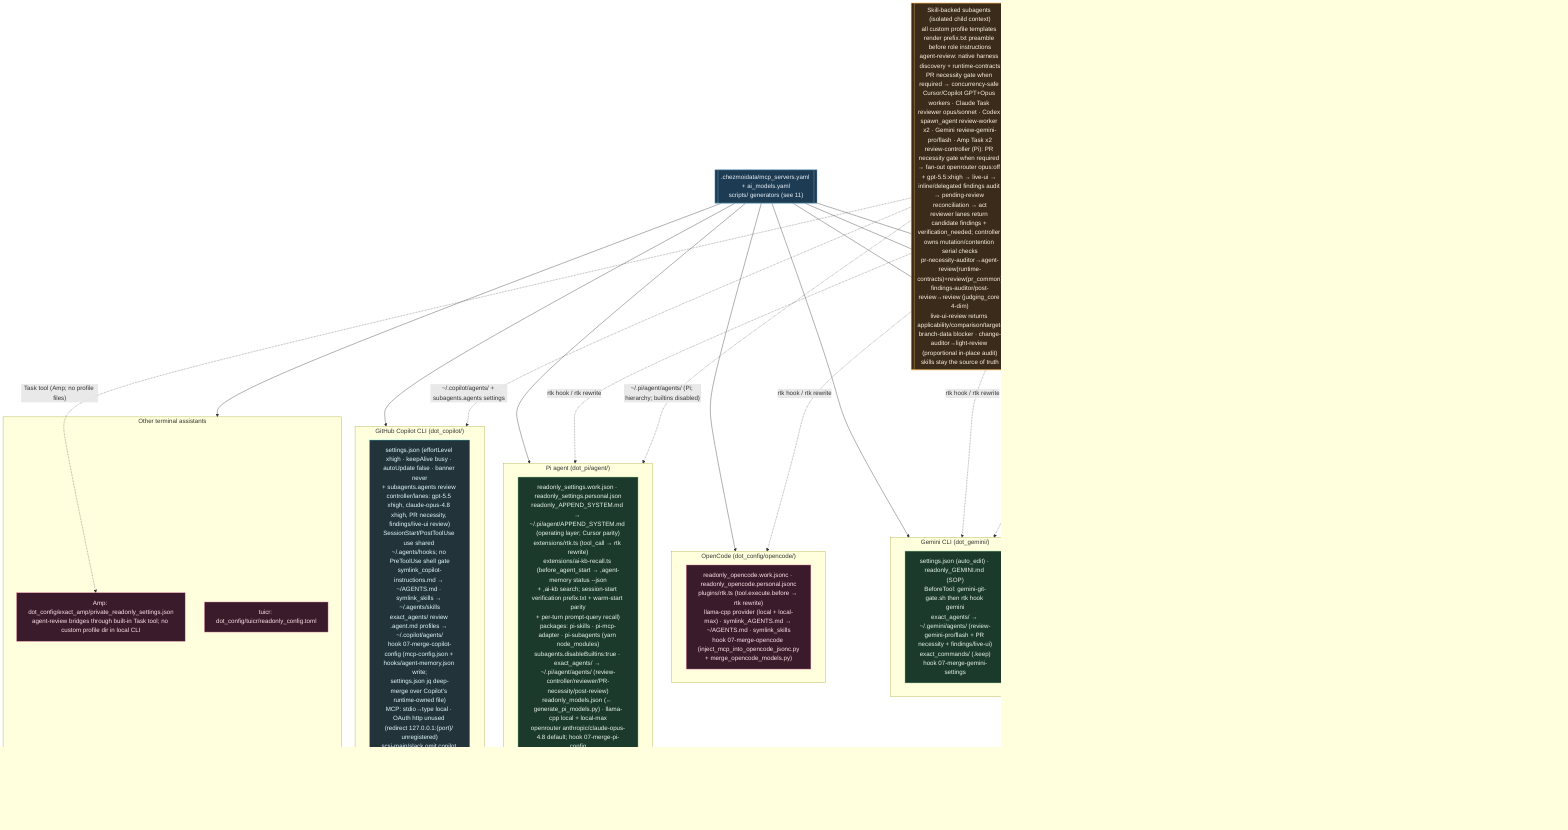
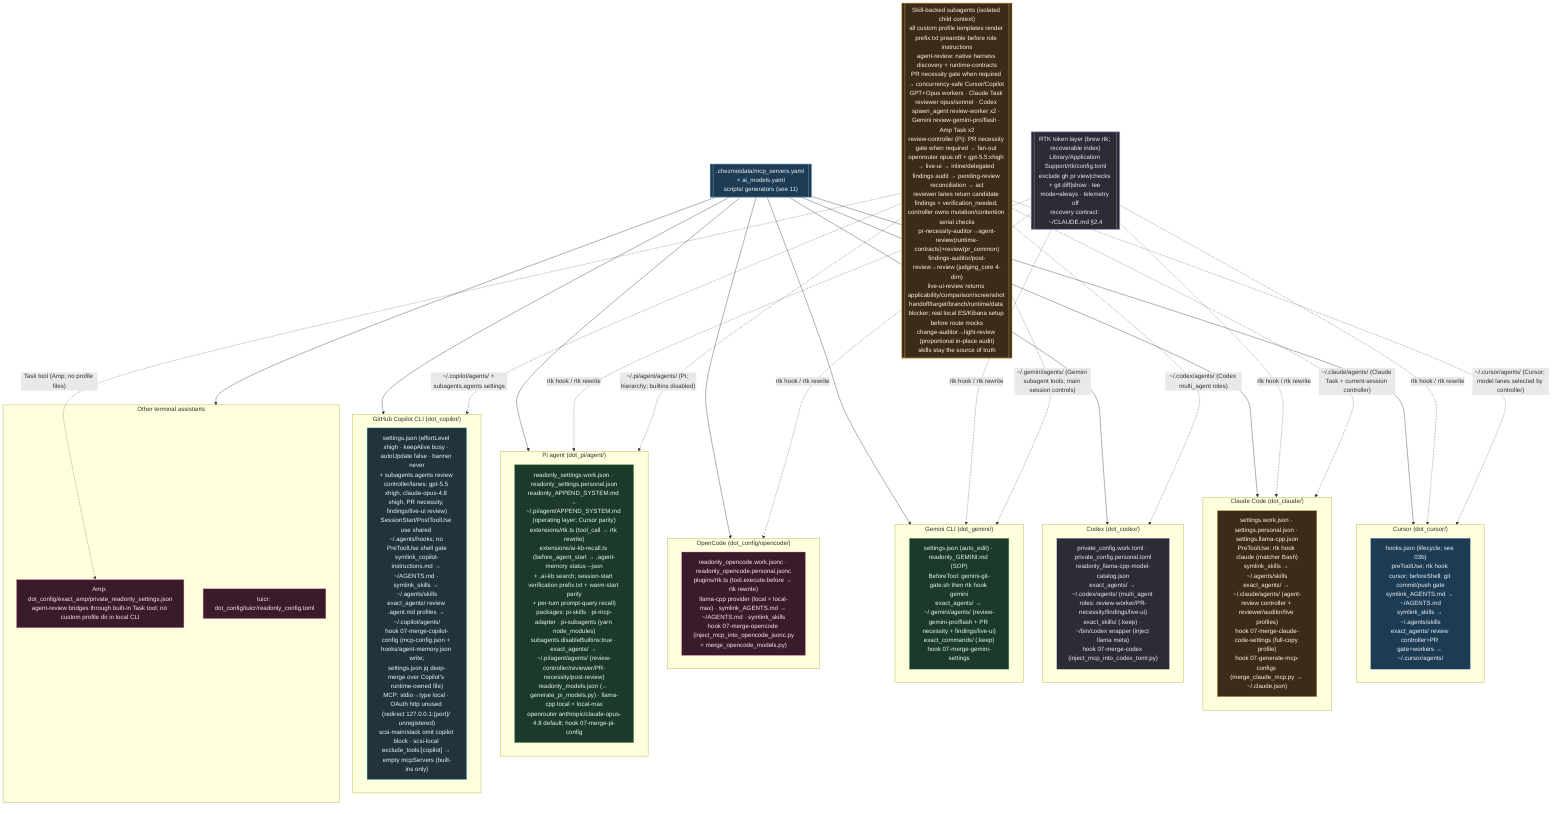
%% ============================================================================
%% 12-ai-tool-configs.mmd — Every per-tool AI config file in home/.
%% Pattern: source carries .work + .personal variants; a 07-merge-* hook picks
%% by isWork and merges generated MCP/model blocks into the live config.
%% ============================================================================
flowchart TB
    classDef cursor fill:#1d3b53,stroke:#7fb3d5,color:#eaf2f8;
    classDef claude fill:#3a2b1b,stroke:#ffb74d,color:#fff3e0;
    classDef codex fill:#2c2c34,stroke:#b39ddb,color:#f3e5f5;
    classDef gem fill:#1b3a2b,stroke:#81c784,color:#e8f5e9;
    classDef oc fill:#3a1b2b,stroke:#f48fb1,color:#fce4ec;
    classDef cop fill:#22343a,stroke:#4dd0e1,color:#e0f7fa;

    subgraph CURSOR["Cursor (dot_cursor/)"]
        CU["hooks.json (lifecycle; see 03b)<br/>preToolUse: rtk hook cursor; beforeShell: git commit/push gate<br/>symlink_AGENTS.md → ~/AGENTS.md<br/>symlink_skills → ~/.agents/skills<br/>exact_agents/ review controller+PR gate+workers → ~/.cursor/agents/"]:::cursor
    end

    subgraph CLAUDE["Claude Code (dot_claude/)"]
        CLD["settings.work.json · settings.personal.json · settings.llama-cpp.json<br/>PreToolUse: rtk hook claude (matcher Bash)<br/>symlink_skills → ~/.agents/skills<br/>exact_agents/ → ~/.claude/agents/ (agent-review controller + reviewer/auditor/live profiles)<br/>hook 07-merge-claude-code-settings (full-copy profile)<br/>hook 07-generate-mcp-configs (merge_claude_mcp.py → ~/.claude.json)"]:::claude
    end

    subgraph CODEX["Codex (dot_codex/)"]
        CDX["private_config.work.toml · private_config.personal.toml<br/>readonly_llama-cpp-model-catalog.json<br/>exact_agents/ → ~/.codex/agents/ (multi_agent roles: review-worker/PR-necessity/findings/live-ui)<br/>exact_skills/ (.keep) · ~/bin/codex wrapper (inject llama meta)<br/>hook 07-merge-codex (inject_mcp_into_codex_toml.py)"]:::codex
    end

    subgraph GEMINI["Gemini CLI (dot_gemini/)"]
        GMN["settings.json (auto_edit) · readonly_GEMINI.md (SOP)<br/>BeforeTool: gemini-git-gate.sh then rtk hook gemini<br/>exact_agents/ → ~/.gemini/agents/ (review-gemini-pro/flash + PR necessity + findings/live-ui)<br/>exact_commands/ (.keep)<br/>hook 07-merge-gemini-settings"]:::gem
    end

    subgraph OPENCODE["OpenCode (dot_config/opencode/)"]
        OPC["readonly_opencode.work.jsonc · readonly_opencode.personal.jsonc<br/>plugins/rtk.ts (tool.execute.before → rtk rewrite)<br/>llama-cpp provider (local + local-max) · symlink_AGENTS.md → ~/AGENTS.md · symlink_skills<br/>hook 07-merge-opencode (inject_mcp_into_opencode_jsonc.py<br/>+ merge_opencode_models.py)"]:::oc
    end

    subgraph PI["Pi agent (dot_pi/agent/)"]
        PIA["readonly_settings.work.json · readonly_settings.personal.json<br/>readonly_APPEND_SYSTEM.md → ~/.pi/agent/APPEND_SYSTEM.md (operating layer; Cursor parity)<br/>extensions/rtk.ts (tool_call → rtk rewrite)<br/>extensions/ai-kb-recall.ts (before_agent_start → ,agent-memory status --json<br/>+ ,ai-kb search; session-start verification prefix.txt + warm-start parity<br/>+ per-turn prompt-query recall)<br/>packages: pi-skills · pi-mcp-adapter · pi-subagents (yarn node_modules)<br/>subagents.disableBuiltins:true · exact_agents/ → ~/.pi/agent/agents/ (review-controller/reviewer/PR-necessity/post-review)<br/>readonly_models.json (← generate_pi_models.py) · llama-cpp local + local-max<br/>openrouter anthropic/claude-opus-4.8 default; hook 07-merge-pi-config"]:::gem
    end

    subgraph COPILOT["GitHub Copilot CLI (dot_copilot/)"]
        COP["settings.json (effortLevel xhigh · keepAlive busy · autoUpdate false · banner never<br/>+ subagents.agents review controller/lanes: gpt-5.5 xhigh, claude-opus-4.8 xhigh, PR necessity, findings/live-ui review)<br/>SessionStart/PostToolUse use shared ~/.agents/hooks; no PreToolUse shell gate<br/>symlink_copilot-instructions.md → ~/AGENTS.md · symlink_skills → ~/.agents/skills<br/>exact_agents/ review .agent.md profiles → ~/.copilot/agents/<br/>hook 07-merge-copilot-config (mcp-config.json + hooks/agent-memory.json write;<br/>settings.json jq deep-merge over Copilot's runtime-owned file)<br/>MCP: stdio→type local · OAuth http unused (redirect 127.0.0.1:{port}/ unregistered)<br/>scsi-main/slack omit copilot block · scsi-local exclude_tools:[copilot] → empty mcpServers (built-ins only)"]:::cop
    end

    subgraph OTHER["Other terminal assistants"]
        AMP["Amp: dot_config/exact_amp/private_readonly_settings.json<br/>agent-review bridges through built-in Task tool; no custom profile dir in local CLI"]:::oc
        TUI["tuicr: dot_config/tuicr/readonly_config.toml"]:::oc
    end

    REG[[".chezmoidata/mcp_servers.yaml + ai_models.yaml<br/>scripts/ generators (see 11)"]]:::cursor
    REG --> CURSOR & CLAUDE & CODEX & GEMINI & OPENCODE & PI & COPILOT & OTHER

    RTK[["RTK token layer (brew rtk; recoverable index)<br/>Library/Application Support/rtk/config.toml<br/>exclude gh pr view|checks + git diff|show · tee mode=always · telemetry off<br/>recovery contract: ~/CLAUDE.md §2.4"]]:::codex
    RTK -.->|"rtk hook / rtk rewrite"| CURSOR & CLAUDE & GEMINI & OPENCODE & PI

-     SUBA[["Skill-backed subagents (isolated child context)<br/>all custom profile templates render prefix.txt preamble before role instructions<br/>agent-review: native harness discovery + runtime-contracts<br/>PR necessity gate when required → concurrency-safe Cursor/Copilot GPT+Opus workers · Claude Task reviewer opus/sonnet · Codex spawn_agent review-worker x2 · Gemini review-gemini-pro/flash · Amp Task x2<br/>review-controller (Pi): PR necessity gate when required → fan-out openrouter opus:off + gpt-5.5:xhigh → live-ui → inline/delegated findings audit → pending-review reconciliation → act<br/>reviewer lanes return candidate findings + verification_needed; controller owns mutation/contention serial checks<br/>pr-necessity-auditor→agent-review(runtime-contracts)+review(pr_common)<br/>findings-auditor/post-review→review (judging_core 4-dim)<br/>live-ui-review returns applicability/comparison/target-branch-data blocker · change-auditor→light-review (proportional in-place audit)<br/>skills stay the source of truth"]]:::claude
+     SUBA[["Skill-backed subagents (isolated child context)<br/>all custom profile templates render prefix.txt preamble before role instructions<br/>agent-review: native harness discovery + runtime-contracts<br/>PR necessity gate when required → concurrency-safe Cursor/Copilot GPT+Opus workers · Claude Task reviewer opus/sonnet · Codex spawn_agent review-worker x2 · Gemini review-gemini-pro/flash · Amp Task x2<br/>review-controller (Pi): PR necessity gate when required → fan-out openrouter opus:off + gpt-5.5:xhigh → live-ui → inline/delegated findings audit → pending-review reconciliation → act<br/>reviewer lanes return candidate findings + verification_needed; controller owns mutation/contention serial checks<br/>pr-necessity-auditor→agent-review(runtime-contracts)+review(pr_common)<br/>findings-auditor/post-review→review (judging_core 4-dim)<br/>live-ui-review returns applicability/comparison/screenshot handoff/target/branch/runtime/data blocker; real local ES/Kibana setup before route mocks<br/>change-auditor→light-review (proportional in-place audit)<br/>skills stay the source of truth"]]:::claude
    SUBA -.->|"~/.cursor/agents/ (Cursor; model lanes selected by controller)"| CURSOR
    SUBA -.->|"~/.copilot/agents/ + subagents.agents settings"| COPILOT
    SUBA -.->|"~/.claude/agents/ (Claude Task + current-session controller)"| CLAUDE
    SUBA -.->|"~/.codex/agents/ (Codex multi_agent roles)"| CODEX
    SUBA -.->|"~/.gemini/agents/ (Gemini subagent tools; main session controls)"| GEMINI
    SUBA -.->|"Task tool (Amp; no profile files)"| AMP
    SUBA -.->|"~/.pi/agent/agents/ (Pi; hierarchy; builtins disabled)"| PI
